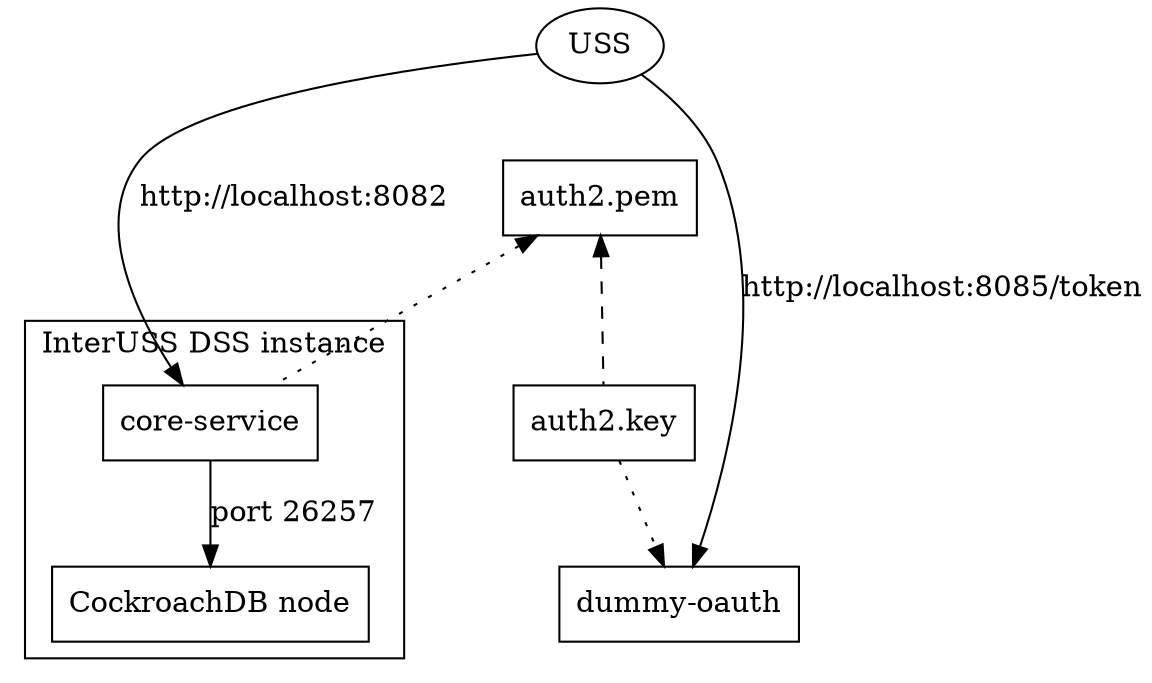
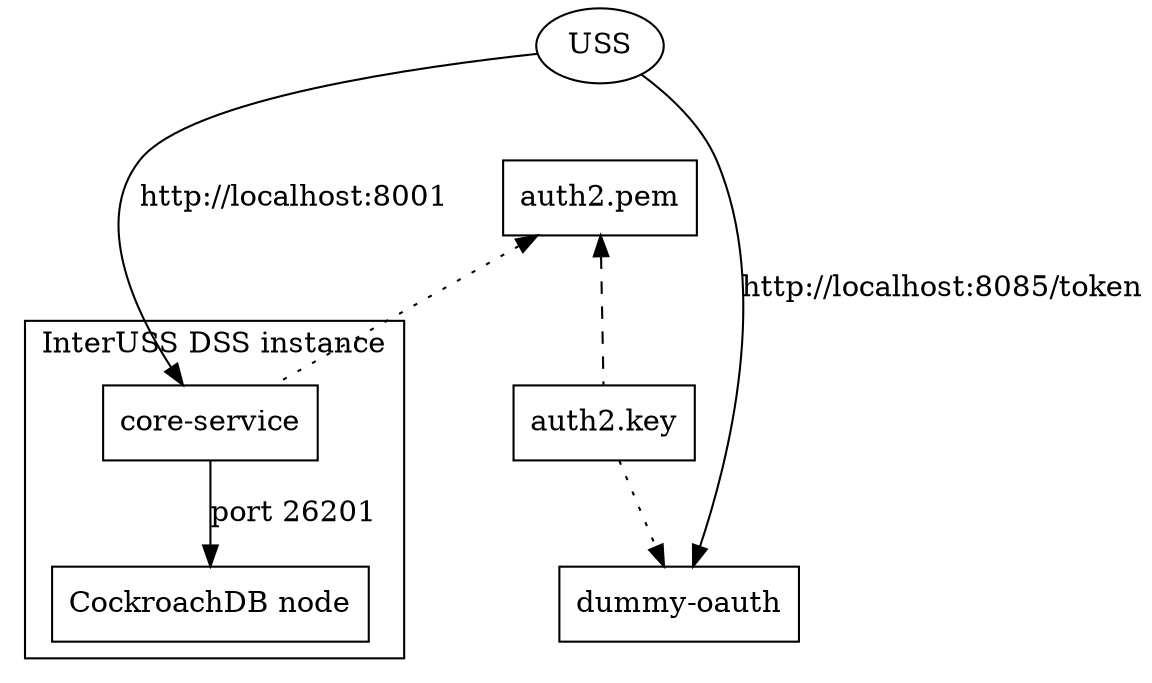
// To render:
//   dot -Tpng -ogenerated/run_locally_architecture.png run_locally_architecture.gv
digraph G {
  node [shape=box];
  USS [shape=oval];
  OAuth [label="dummy-oauth"];
  CoreService [label="core-service"];
  CRDB [label="CockroachDB node"];
  PrivateKey [label="auth2.key"];
  PublicKey [label="auth2.pem"];
  PrivateKey -> OAuth [style=dotted];
  PublicKey -> PrivateKey [style=dashed,dir=back];
  subgraph cluster_0 {
    label="InterUSS DSS instance";
-     CoreService -> CRDB [label="port 26257"];
+     CoreService -> CRDB [label="port 26201"];
  }
-   USS -> CoreService [label="http://localhost:8082    "];
+   USS -> CoreService [label="http://localhost:8001    "];
  USS -> OAuth [label="http://localhost:8085/token"];
  PublicKey -> CoreService [dir=back,style=dotted];
  USS -> PublicKey [style=invis]; //To help with formatting
}
